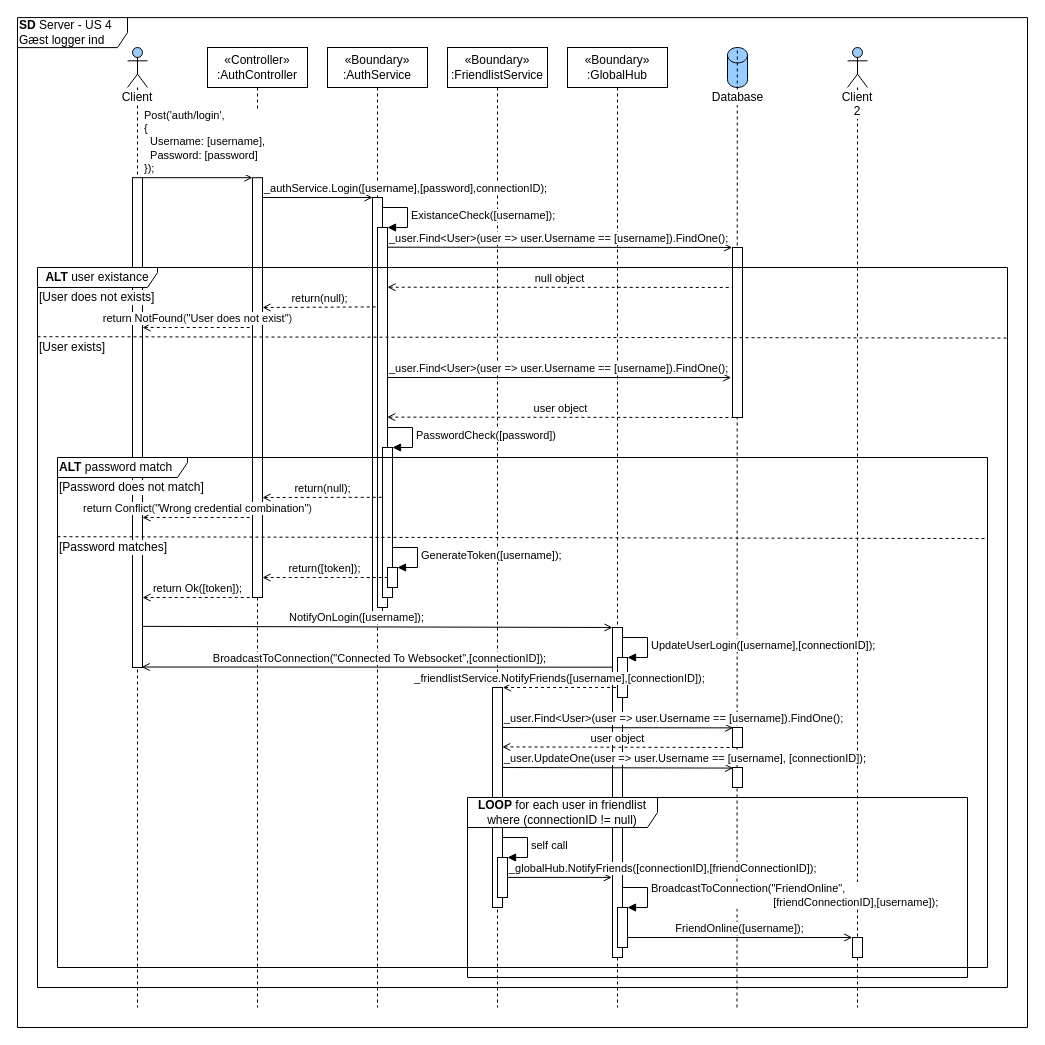
Earlier version of the draw.io diagram page "SD-Server" (2 of 3) of diagrams/arkitektur/US4_login.drawio (Macradon/I7BAC-PlugNPlay). Source tidied: cells renumbered, new cells numbered last; positions are measured from the earlier drawing's top-left corner, leaving out a move shared by most shapes. Both pictures are drawn from the tidied source at 100%, with x=0, y=0 at pixel (17, 17).
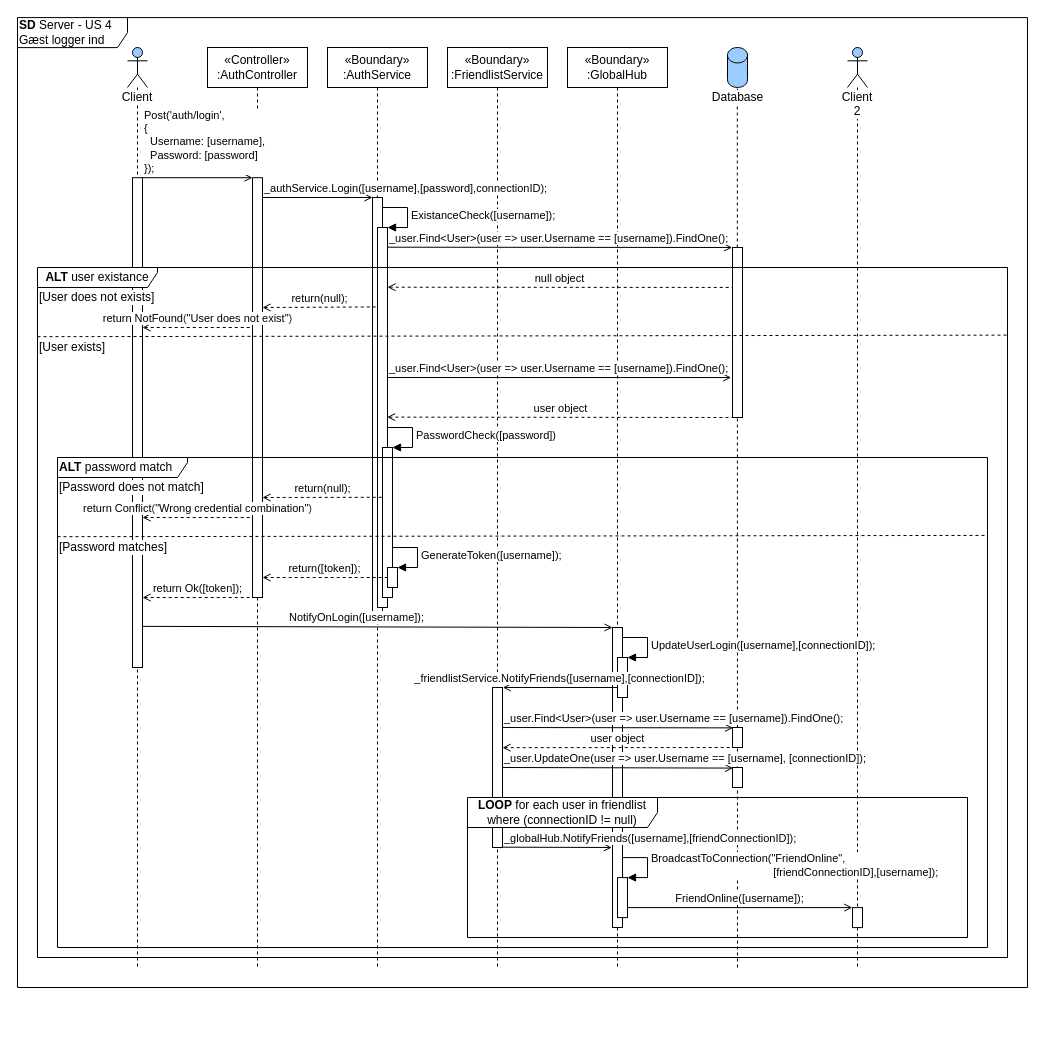
The same page after the edit.

The change refers to these unchanged cells:
```xml
<mxCell id="23" style="html=1;points=[];perimeter=orthogonalPerimeter;labelBackgroundColor=#ffffff;" parent="1" vertex="1">
  <mxGeometry x="115" y="160.2" width="10" height="489.8" as="geometry" />
</mxCell>
```

Diff of the diagram source:
```diff
@@
     <mxCell id="2" value="&lt;b&gt;SD&lt;/b&gt;&amp;nbsp;Server&amp;nbsp;- US 4&lt;br&gt;Gæst logger ind" style="shape=umlFrame;whiteSpace=wrap;html=1;labelBackgroundColor=none;align=left;width=110;height=30;" parent="1" vertex="1">
-      <mxGeometry y="0.1" width="1010" height="1009.9" as="geometry" />
+      <mxGeometry y="0.1" width="1010" height="969.9" as="geometry" />
     </mxCell>
+    <mxCell id="62" style="endArrow=none;dashed=1;html=1;" parent="1" edge="1">
+      <mxGeometry relative="1" as="geometry">
+        <mxPoint x="720" y="950" as="sourcePoint" />
+        <mxPoint x="719.8" y="30" as="targetPoint" />
+      </mxGeometry>
+    </mxCell>
     <mxCell id="3" value="Client" style="shape=umlLifeline;participant=umlActor;perimeter=lifelinePerimeter;whiteSpace=wrap;html=1;verticalAlign=top;spacingTop=36;labelBackgroundColor=#ffffff;fillColor=#99CCFF;align=center;" parent="1" vertex="1">
-      <mxGeometry x="110" y="30" width="20" height="960" as="geometry" />
+      <mxGeometry x="110" y="30" width="20" height="920" as="geometry" />
     </mxCell>
     <mxCell id="4" value="«Controller»&lt;br&gt;:AuthController" style="shape=umlLifeline;perimeter=lifelinePerimeter;whiteSpace=wrap;html=1;labelBackgroundColor=#ffffff;" parent="1" vertex="1">
-      <mxGeometry x="190" y="30" width="100" height="960" as="geometry" />
+      <mxGeometry x="190" y="30" width="100" height="920" as="geometry" />
     </mxCell>
     <mxCell id="5" value="«Boundary»&lt;br&gt;:AuthService" style="shape=umlLifeline;perimeter=lifelinePerimeter;whiteSpace=wrap;html=1;labelBackgroundColor=#ffffff;" parent="1" vertex="1">
-      <mxGeometry x="310" y="30" width="100" height="960" as="geometry" />
+      <mxGeometry x="310" y="30" width="100" height="920" as="geometry" />
     </mxCell>
@@
-    <mxCell id="7" style="endArrow=none;dashed=1;html=1;" parent="1" edge="1">
-      <mxGeometry relative="1" as="geometry">
-        <mxPoint x="719.5" y="990" as="sourcePoint" />
-        <mxPoint x="719.8" y="30" as="targetPoint" />
-      </mxGeometry>
-    </mxCell>
@@
     <mxCell id="9" value="«Boundary»&lt;br&gt;:FriendlistService" style="shape=umlLifeline;perimeter=lifelinePerimeter;whiteSpace=wrap;html=1;labelBackgroundColor=#ffffff;" parent="1" vertex="1">
-      <mxGeometry x="430" y="30" width="100" height="960" as="geometry" />
+      <mxGeometry x="430" y="30" width="100" height="920" as="geometry" />
     </mxCell>
     <mxCell id="10" value="«Boundary»&lt;br&gt;:GlobalHub" style="shape=umlLifeline;perimeter=lifelinePerimeter;whiteSpace=wrap;html=1;labelBackgroundColor=#ffffff;" parent="1" vertex="1">
-      <mxGeometry x="550" y="30" width="100" height="960" as="geometry" />
+      <mxGeometry x="550" y="30" width="100" height="920" as="geometry" />
     </mxCell>
@@
     <mxCell id="17" value="Client 2" style="shape=umlLifeline;participant=umlActor;perimeter=lifelinePerimeter;whiteSpace=wrap;html=1;verticalAlign=top;spacingTop=36;labelBackgroundColor=#ffffff;fillColor=#99CCFF;align=center;" parent="1" vertex="1">
-      <mxGeometry x="830" y="30" width="20" height="960" as="geometry" />
+      <mxGeometry x="830" y="30" width="20" height="920" as="geometry" />
     </mxCell>
@@
-    <mxCell id="19" value="BroadcastToConnection(&quot;Connected To Websocket&quot;,[connectionID]);" style="html=1;verticalAlign=bottom;endArrow=none;endFill=0;align=center;startArrow=open;startFill=0;exitX=0.914;exitY=0.999;exitDx=0;exitDy=0;exitPerimeter=0;" parent="1" edge="1" source="23">
-      <mxGeometry relative="1" as="geometry">
-        <mxPoint x="600" y="649.7" as="targetPoint" />
-      </mxGeometry>
-    </mxCell>
-    <mxCell id="20" value="self call" style="edgeStyle=orthogonalEdgeStyle;html=1;align=left;spacingLeft=2;endArrow=block;rounded=0;entryX=1;entryY=0;" parent="1" edge="1" target="50">
-      <mxGeometry relative="1" as="geometry">
-        <mxPoint x="485" y="820" as="sourcePoint" />
-        <Array as="points">
-          <mxPoint x="510" y="820" />
-        </Array>
-      </mxGeometry>
-    </mxCell>
-    <mxCell id="21" value="BroadcastToConnection(&quot;FriendOnline&quot;,&lt;br&gt;&amp;nbsp; &amp;nbsp; &amp;nbsp; &amp;nbsp; &amp;nbsp; &amp;nbsp; &amp;nbsp; &amp;nbsp; &amp;nbsp; &amp;nbsp; &amp;nbsp; &amp;nbsp; &amp;nbsp; &amp;nbsp; &amp;nbsp; &amp;nbsp; &amp;nbsp; &amp;nbsp; &amp;nbsp; &amp;nbsp; [friendConnectionID],[username]);" style="edgeStyle=orthogonalEdgeStyle;html=1;align=left;spacingLeft=2;endArrow=block;rounded=0;entryX=1;entryY=0;" parent="1" edge="1" target="49">
+    <mxCell id="21" value="BroadcastToConnection(&quot;FriendOnline&quot;,&lt;br&gt;&amp;nbsp; &amp;nbsp; &amp;nbsp; &amp;nbsp; &amp;nbsp; &amp;nbsp; &amp;nbsp; &amp;nbsp; &amp;nbsp; &amp;nbsp; &amp;nbsp; &amp;nbsp; &amp;nbsp; &amp;nbsp; &amp;nbsp; &amp;nbsp; &amp;nbsp; &amp;nbsp; &amp;nbsp; &amp;nbsp; [friendConnectionID],[username]);" style="edgeStyle=orthogonalEdgeStyle;html=1;align=left;spacingLeft=2;endArrow=block;rounded=0;entryX=1;entryY=0;" parent="1" edge="1" target="67">
       <mxGeometry relative="1" as="geometry">
-        <mxPoint x="605" y="870" as="sourcePoint" />
+        <mxPoint x="605" y="840.1" as="sourcePoint" />
         <Array as="points">
-          <mxPoint x="630" y="870" />
+          <mxPoint x="630" y="840.1" />
         </Array>
       </mxGeometry>
     </mxCell>
-    <mxCell id="22" value="FriendOnline([username]);" style="html=1;verticalAlign=bottom;endArrow=open;endFill=0;align=center;entryX=-0.021;entryY=0;entryDx=0;entryDy=0;entryPerimeter=0;" parent="1" edge="1" target="29">
+    <mxCell id="22" value="FriendOnline([username]);" style="html=1;verticalAlign=bottom;endArrow=open;endFill=0;align=center;entryX=-0.021;entryY=0;entryDx=0;entryDy=0;entryPerimeter=0;" parent="1" edge="1" target="65">
       <mxGeometry relative="1" as="geometry">
-        <mxPoint x="610" y="920" as="sourcePoint" />
+        <mxPoint x="610" y="890.1" as="sourcePoint" />
       </mxGeometry>
     </mxCell>
@@
-    <mxCell id="26" style="html=1;points=[];perimeter=orthogonalPerimeter;labelBackgroundColor=#ffffff;" parent="1" vertex="1">
-      <mxGeometry x="475" y="670" width="10" height="220" as="geometry" />
-    </mxCell>
-    <mxCell id="27" style="html=1;points=[];perimeter=orthogonalPerimeter;labelBackgroundColor=#ffffff;" parent="1" vertex="1">
-      <mxGeometry x="595" y="610" width="10" height="330" as="geometry" />
-    </mxCell>
+    <mxCell id="63" style="html=1;points=[];perimeter=orthogonalPerimeter;labelBackgroundColor=#ffffff;" parent="1" vertex="1">
+      <mxGeometry x="475" y="670" width="10" height="160" as="geometry" />
+    </mxCell>
+    <mxCell id="64" style="html=1;points=[];perimeter=orthogonalPerimeter;labelBackgroundColor=#ffffff;" parent="1" vertex="1">
+      <mxGeometry x="595" y="610" width="10" height="300" as="geometry" />
+    </mxCell>
@@
-    <mxCell id="29" style="html=1;points=[];perimeter=orthogonalPerimeter;labelBackgroundColor=#ffffff;" parent="1" vertex="1">
-      <mxGeometry x="835" y="920" width="10" height="20" as="geometry" />
-    </mxCell>
+    <mxCell id="65" style="html=1;points=[];perimeter=orthogonalPerimeter;labelBackgroundColor=#ffffff;" parent="1" vertex="1">
+      <mxGeometry x="835" y="890.1" width="10" height="20" as="geometry" />
+    </mxCell>
@@
-    <mxCell id="37" value="NotifyOnLogin([username]);" style="html=1;verticalAlign=bottom;endArrow=open;endFill=0;align=center;exitX=1;exitY=0.916;exitDx=0;exitDy=0;exitPerimeter=0;entryX=0;entryY=0;entryDx=0;entryDy=0;entryPerimeter=0;" parent="1" edge="1" source="23" target="27">
+    <mxCell id="37" value="NotifyOnLogin([username]);" style="html=1;verticalAlign=bottom;endArrow=open;endFill=0;align=center;exitX=1;exitY=0.916;exitDx=0;exitDy=0;exitPerimeter=0;entryX=0;entryY=0;entryDx=0;entryDy=0;entryPerimeter=0;" parent="1" edge="1" source="23" target="64">
       <mxGeometry x="-0.09" relative="1" as="geometry" />
     </mxCell>
@@
-    <mxCell id="43" style="endArrow=none;dashed=1;html=1;align=center;entryX=1;entryY=0.098;entryDx=0;entryDy=0;entryPerimeter=0;" parent="1" edge="1" target="61">
-      <mxGeometry relative="1" as="geometry">
-        <mxPoint x="20" y="319.2" as="sourcePoint" />
-      </mxGeometry>
-    </mxCell>
+    <mxCell id="66" style="endArrow=none;dashed=1;html=1;align=center;entryX=1;entryY=0.098;entryDx=0;entryDy=0;entryPerimeter=0;" parent="1" edge="1" target="61">
+      <mxGeometry relative="1" as="geometry">
+        <mxPoint x="20" y="319.2" as="sourcePoint" />
+      </mxGeometry>
+    </mxCell>
@@
-    <mxCell id="49" style="html=1;points=[];perimeter=orthogonalPerimeter;" parent="1" vertex="1">
-      <mxGeometry x="600" y="890" width="10" height="40" as="geometry" />
-    </mxCell>
-    <mxCell id="50" style="html=1;points=[];perimeter=orthogonalPerimeter;" parent="1" vertex="1">
-      <mxGeometry x="480" y="840" width="10" height="40" as="geometry" />
-    </mxCell>
+    <mxCell id="67" style="html=1;points=[];perimeter=orthogonalPerimeter;" parent="1" vertex="1">
+      <mxGeometry x="600" y="860.1" width="10" height="40" as="geometry" />
+    </mxCell>
-    <mxCell id="51" value="_friendlistService.NotifyFriends([username],[connectionID]);" style="html=1;verticalAlign=bottom;endArrow=none;endFill=0;align=center;startArrow=open;startFill=0;dashed=1;exitX=1.033;exitY=0;exitDx=0;exitDy=0;exitPerimeter=0;" parent="1" edge="1" source="26">
+    <mxCell id="51" value="_friendlistService.NotifyFriends([username],[connectionID]);" style="html=1;verticalAlign=bottom;endArrow=none;endFill=0;align=center;startArrow=open;startFill=0;exitX=1.033;exitY=0;exitDx=0;exitDy=0;exitPerimeter=0;" parent="1" edge="1" source="63">
       <mxGeometry relative="1" as="geometry">
         <mxPoint x="600" y="670" as="targetPoint" />
       </mxGeometry>
     </mxCell>
-    <mxCell id="52" value="user object" style="html=1;verticalAlign=bottom;endArrow=none;endFill=0;align=center;startArrow=open;startFill=0;dashed=1;exitX=0.977;exitY=0.27;exitDx=0;exitDy=0;exitPerimeter=0;" parent="1" edge="1" source="26">
+    <mxCell id="52" value="user object" style="html=1;verticalAlign=bottom;endArrow=none;endFill=0;align=center;startArrow=open;startFill=0;dashed=1;exitX=1;exitY=0.376;exitDx=0;exitDy=0;exitPerimeter=0;" parent="1" edge="1" source="63">
       <mxGeometry relative="1" as="geometry">
         <mxPoint x="715" y="730" as="targetPoint" />
       </mxGeometry>
     </mxCell>
-    <mxCell id="53" value="_globalHub.NotifyFriends([connectionID],[friendConnectionID]);" style="html=1;verticalAlign=bottom;endArrow=open;endFill=0;align=left;entryX=-0.067;entryY=0.733;entryDx=0;entryDy=0;entryPerimeter=0;" parent="1" edge="1">
-      <mxGeometry x="-1" relative="1" as="geometry">
-        <mxPoint x="490" y="859.9" as="sourcePoint" />
-        <mxPoint x="594.3" y="859.9" as="targetPoint" />
-      </mxGeometry>
-    </mxCell>
+    <mxCell id="68" value="_globalHub.NotifyFriends([username],[friendConnectionID]);" style="html=1;verticalAlign=bottom;endArrow=open;endFill=0;align=left;entryX=-0.067;entryY=0.733;entryDx=0;entryDy=0;entryPerimeter=0;exitX=1.028;exitY=0.998;exitDx=0;exitDy=0;exitPerimeter=0;" parent="1" edge="1" source="63">
+      <mxGeometry x="-1" relative="1" as="geometry">
+        <mxPoint x="594.3" y="830" as="targetPoint" />
+      </mxGeometry>
+    </mxCell>
@@
+    <mxCell id="69" style="endArrow=none;dashed=1;html=1;align=center;entryX=1;entryY=0.159;entryDx=0;entryDy=0;entryPerimeter=0;" parent="1" edge="1" target="60">
+      <mxGeometry relative="1" as="geometry">
+        <mxPoint x="40" y="519.2" as="sourcePoint" />
+      </mxGeometry>
+    </mxCell>
     <mxCell id="58" value="&lt;b&gt;LOOP&lt;/b&gt;&amp;nbsp;for each user in friendlist where (connectionID != null)" style="shape=umlFrame;whiteSpace=wrap;html=1;width=190;height=30;" parent="1" vertex="1">
-      <mxGeometry x="450" y="780" width="500" height="180" as="geometry" />
+      <mxGeometry x="450" y="780" width="500" height="140" as="geometry" />
     </mxCell>
-    <mxCell id="59" style="endArrow=none;dashed=1;html=1;align=center;entryX=1;entryY=0.159;entryDx=0;entryDy=0;entryPerimeter=0;" parent="1" edge="1" target="60">
-      <mxGeometry relative="1" as="geometry">
-        <mxPoint x="40" y="519.2" as="sourcePoint" />
-      </mxGeometry>
-    </mxCell>
     <mxCell id="60" value="&lt;b&gt;ALT &lt;/b&gt;password match&lt;span style=&quot;color: rgba(0 , 0 , 0 , 0) ; font-family: monospace ; font-size: 0px&quot;&gt;%3CmxGraphModel%3E%3Croot%3E%3CmxCell%20id%3D%220%22%2F%3E%3CmxCell%20id%3D%221%22%20parent%3D%220%22%2F%3E%3CmxCell%20id%3D%222%22%20value%3D%22return(false)%3B%22%20style%3D%22html%3D1%3BverticalAlign%3Dbottom%3BendArrow%3Dnone%3BendFill%3D0%3Balign%3Dcenter%3BstartArrow%3Dopen%3BstartFill%3D0%3Bdashed%3D1%3B%22%20edge%3D%221%22%20parent%3D%221%22%3E%3CmxGeometry%20width%3D%2280%22%20relative%3D%221%22%20as%3D%22geometry%22%3E%3CmxPoint%20x%3D%22165%22%20y%3D%22240%22%20as%3D%22sourcePoint%22%2F%3E%3CmxPoint%20x%3D%22275%22%20y%3D%22240%22%20as%3D%22targetPoint%22%2F%3E%3CmxPoint%20as%3D%22offset%22%2F%3E%3C%2FmxGeometry%3E%3C%2FmxCell%3E%3C%2Froot%3E%3C%2FmxGraphModel%3E pa&lt;b&gt;&amp;nbsp;pa&amp;nbsp;&lt;/b&gt;&lt;/span&gt;" style="shape=umlFrame;whiteSpace=wrap;html=1;align=left;width=130;height=20;" parent="1" vertex="1">
-      <mxGeometry x="40" y="440" width="930" height="510" as="geometry" />
+      <mxGeometry x="40" y="440" width="930" height="490" as="geometry" />
     </mxCell>
     <mxCell id="61" value="&lt;b&gt;ALT&lt;/b&gt; user existance" style="shape=umlFrame;whiteSpace=wrap;html=1;width=120;height=20;labelBackgroundColor=#ffffff;" parent="1" vertex="1">
-      <mxGeometry x="20" y="250" width="970" height="720" as="geometry" />
+      <mxGeometry x="20" y="250" width="970" height="690" as="geometry" />
     </mxCell>
```
